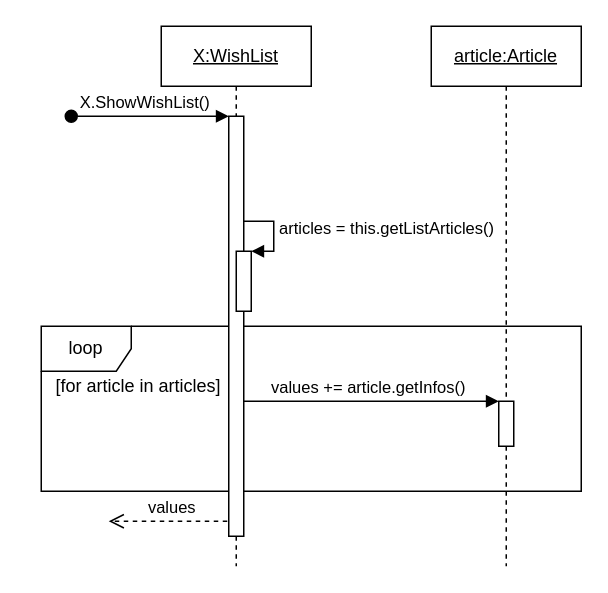
The draw.io diagram Diagrammes/SequenceDiagrams/showWishlist.drawio in NNepper/LSINF1225-2020-GroupeL1.1-WishList, before the edit. Source tidied: cells renumbered, new cells numbered last; positions are measured from the earlier drawing's top-left corner, leaving out a move shared by most shapes. Both pictures are drawn from the tidied source at 150%, with x=0, y=0 at pixel (40, 26).
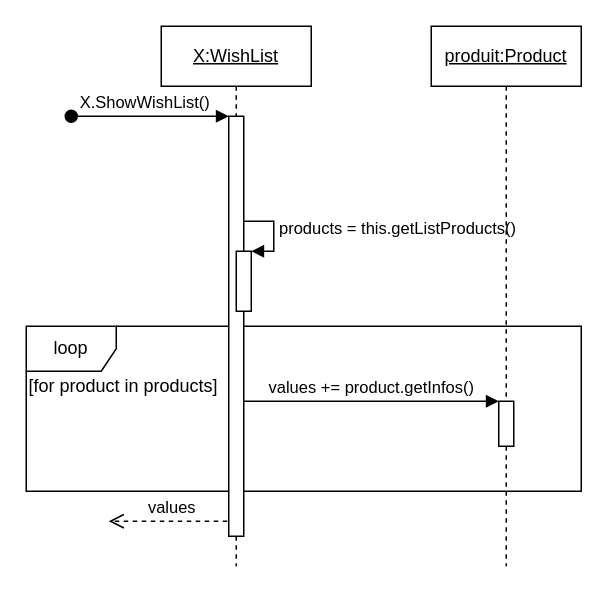
The same diagram, later.

Commit message (it also covers changes not shown here):
correction nom classe Product dans diagramme showWishlist

Change to the diagram source:
```diff
@@
 <mxGraphModel>
   <root>
     <mxCell id="0" />
     <mxCell id="1" parent="0" />
     <mxCell id="2" value="loop" style="shape=umlFrame;whiteSpace=wrap;html=1;" parent="1" vertex="1">
-      <mxGeometry y="200" width="360" height="110" as="geometry" />
+      <mxGeometry x="-10" y="200" width="370" height="110" as="geometry" />
     </mxCell>
     <mxCell id="3" value="values" style="html=1;verticalAlign=bottom;endArrow=open;dashed=1;endSize=8;" parent="1" edge="1">
       <mxGeometry relative="1" as="geometry">
         <mxPoint x="130" y="330" as="sourcePoint" />
         <mxPoint x="45" y="330" as="targetPoint" />
       </mxGeometry>
     </mxCell>
-    <mxCell id="4" value="values += article.getInfos()" style="html=1;verticalAlign=bottom;endArrow=block;entryX=0;entryY=0;exitX=1;exitY=1;exitDx=0;exitDy=0;" parent="1" edge="1" source="11" target="10">
+    <mxCell id="4" value="values += product.getInfos()" style="html=1;verticalAlign=bottom;endArrow=block;entryX=0;entryY=0;" parent="1" edge="1" source="7" target="10">
       <mxGeometry relative="1" as="geometry" />
     </mxCell>
     <mxCell id="5" value="&lt;u&gt;X:WishList&lt;/u&gt;" style="shape=umlLifeline;perimeter=lifelinePerimeter;whiteSpace=wrap;html=1;" parent="1" vertex="1">
       <mxGeometry x="80" width="100" height="360" as="geometry" />
     </mxCell>
-    <mxCell id="6" value="&lt;span style=&quot;text-align: center&quot;&gt;articles = this.getListArticles()&lt;/span&gt;" style="edgeStyle=orthogonalEdgeStyle;html=1;align=left;spacingLeft=2;endArrow=block;rounded=0;entryX=1;entryY=0;" parent="5" edge="1" target="8">
+    <mxCell id="6" value="&lt;span style=&quot;text-align: center&quot;&gt;products = this.getListProducts()&lt;/span&gt;" style="edgeStyle=orthogonalEdgeStyle;html=1;align=left;spacingLeft=2;endArrow=block;rounded=0;entryX=1;entryY=0;" parent="5" edge="1" target="8">
       <mxGeometry relative="1" as="geometry">
         <mxPoint x="50" y="130" as="sourcePoint" />
         <Array as="points">
           <mxPoint x="75" y="130" />
         </Array>
       </mxGeometry>
     </mxCell>
     <mxCell id="7" style="html=1;points=[];perimeter=orthogonalPerimeter;" parent="5" vertex="1">
       <mxGeometry x="45" y="60" width="10" height="280" as="geometry" />
     </mxCell>
     <mxCell id="8" style="html=1;points=[];perimeter=orthogonalPerimeter;" parent="5" vertex="1">
       <mxGeometry x="50" y="150" width="10" height="40" as="geometry" />
     </mxCell>
-    <mxCell id="9" value="&lt;u&gt;article:Article&lt;/u&gt;" style="shape=umlLifeline;perimeter=lifelinePerimeter;whiteSpace=wrap;html=1;" parent="1" vertex="1">
+    <mxCell id="9" value="&lt;u&gt;produit:Product&lt;/u&gt;" style="shape=umlLifeline;perimeter=lifelinePerimeter;whiteSpace=wrap;html=1;" parent="1" vertex="1">
       <mxGeometry x="260" width="100" height="360" as="geometry" />
     </mxCell>
     <mxCell id="10" style="html=1;points=[];perimeter=orthogonalPerimeter;" parent="9" vertex="1">
       <mxGeometry x="45" y="250" width="10" height="30" as="geometry" />
     </mxCell>
-    <mxCell id="11" value="[for article in articles]" style="text;html=1;strokeColor=none;fillColor=none;align=center;verticalAlign=middle;whiteSpace=wrap;rounded=0;" parent="1" vertex="1">
-      <mxGeometry y="230" width="130" height="20" as="geometry" />
+    <mxCell id="11" value="[for product in products]" style="text;html=1;strokeColor=none;fillColor=none;align=center;verticalAlign=middle;whiteSpace=wrap;rounded=0;" parent="1" vertex="1">
+      <mxGeometry x="-10" y="230" width="130" height="20" as="geometry" />
     </mxCell>
     <mxCell id="12" value="X.ShowWishList()" style="html=1;verticalAlign=bottom;startArrow=oval;endArrow=block;startSize=8;" parent="1" edge="1" target="7">
       <mxGeometry x="-0.06" relative="1" as="geometry">
         <mxPoint x="20" y="60" as="sourcePoint" />
       </mxGeometry>
     </mxCell>
   </root>
 </mxGraphModel>
```
